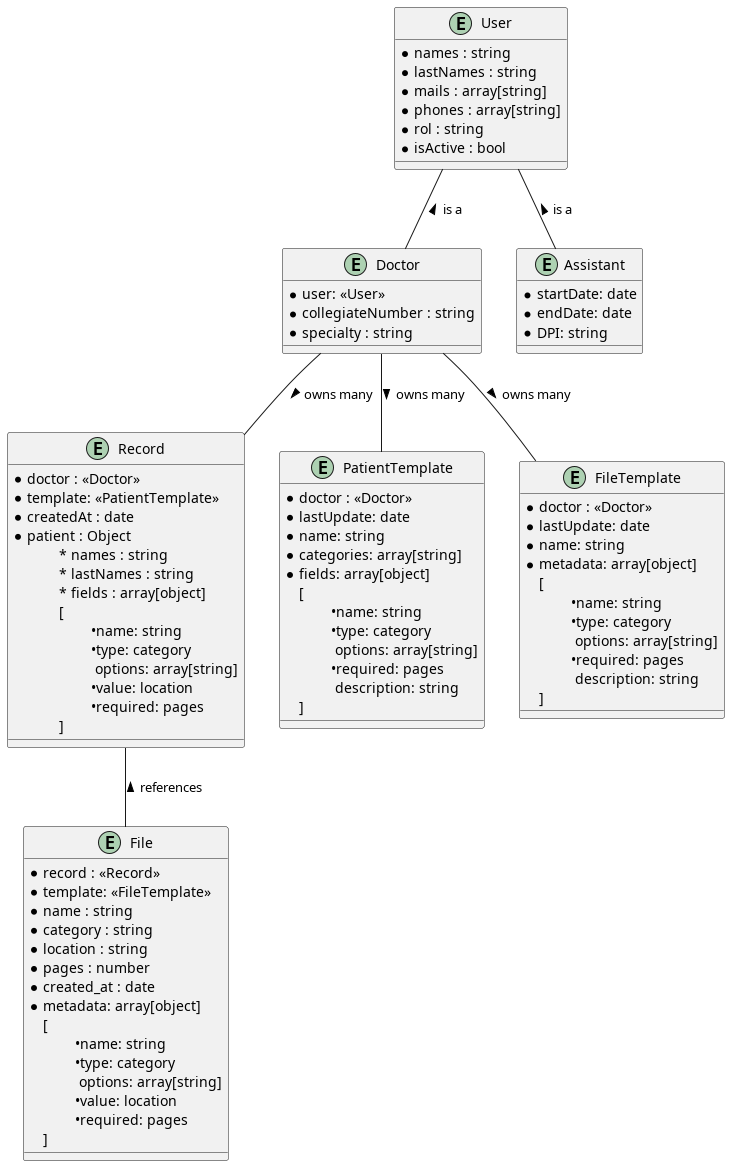
Before: Diagram/DB_Diagram.png, a diagram exported from PlantUML (TherapistTrack/TherapistTrack-DB).
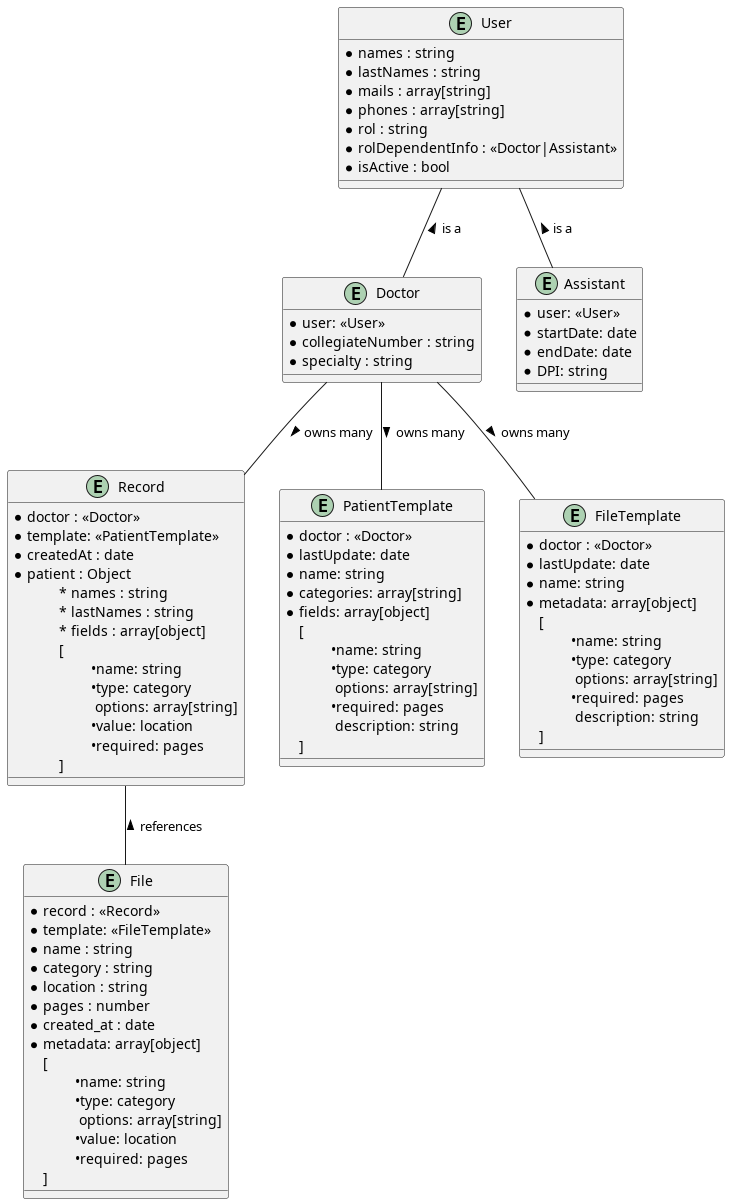
After the commit.

Commit message:
feat: add rolDependentInfo attribute to user collection

What changed in the source:
```diff
@@ -6,6 +6,7 @@
     * mails : array[string]
     * phones : array[string]
     * rol : string
+    * rolDependentInfo : <<Doctor|Assistant>>
     * isActive : bool
 }
 
@@ -16,6 +17,7 @@
 }
 
 entity Assistant {
+    * user: <<User>>
     * startDate: date
     * endDate: date
     * DPI: string
```
